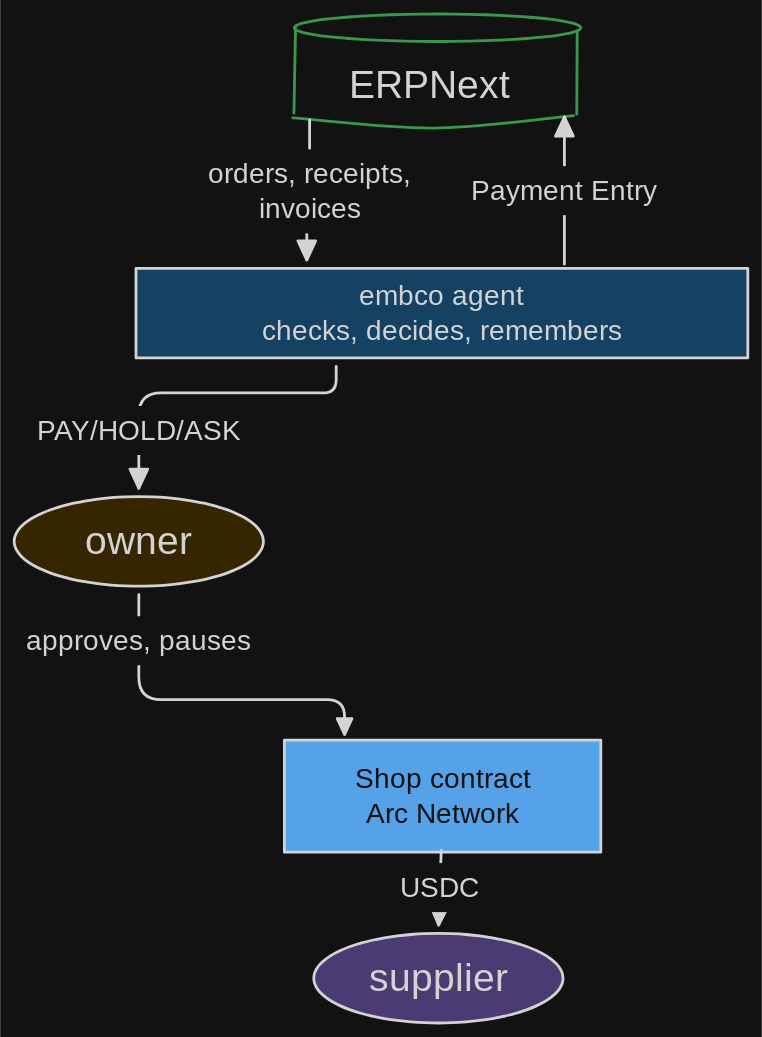
The Excalidraw diagram docs/assets/diagrams/at-a-glance-dark.svg in JaDi03/embco, before a commit. Source tidied: one line per element, renumbered; positions are measured from the earlier drawing's top-left corner, leaving out a move shared by most shapes. Source of this version:
```json
{"id": 0, "type": "ellipse", "strokeColor": "#2f9e44", "strokeWidth": 2, "roughness": 0, "round": true, "x": 200, "y": 0, "width": 205, "height": 20}
{"id": 1, "type": "line", "strokeColor": "#2f9e44", "strokeWidth": 2, "roughness": 0, "round": true, "x": 201, "y": 9, "width": 1, "height": 62, "points": [[0, 0], [-1, 62]]}
{"id": 2, "type": "line", "strokeColor": "#2f9e44", "strokeWidth": 2, "roughness": 0, "round": true, "x": 402, "y": 12, "width": 0, "height": 59, "points": [[0, 0], [0, 59]]}
{"id": 3, "type": "line", "strokeColor": "#2f9e44", "strokeWidth": 2, "roughness": 0, "round": true, "x": 199, "y": 74, "width": 201, "height": 9, "points": [[0, 0], [101, 7], [201, -2]]}
{"id": 4, "type": "rectangle", "strokeColor": "#1e1e1e", "backgroundColor": "#a5d8ff", "fillStyle": "solid", "strokeWidth": 2, "roughness": 0, "x": 87, "y": 182, "width": 437, "height": 64}
{"id": 5, "type": "text", "text": "embco agent\nchecks, decides, remembers", "strokeColor": "#1e1e1e", "strokeWidth": 2, "roughness": 1, "fontSize": 20, "fontFamily": 6, "textAlign": "center", "verticalAlign": "middle", "inside": 4, "x": 180, "y": 189, "width": 251, "height": 50}
{"id": 6, "type": "rectangle", "strokeColor": "#1e1e1e", "backgroundColor": "#1971c2", "fillStyle": "solid", "strokeWidth": 2, "roughness": 0, "x": 193, "y": 519, "width": 226, "height": 80}
{"id": 7, "type": "text", "text": "Shop contract\nArc Network", "strokeColor": "#ffffff", "strokeWidth": 2, "roughness": 1, "fontSize": 20, "fontFamily": 6, "textAlign": "center", "verticalAlign": "middle", "inside": 6, "x": 243, "y": 534, "width": 125, "height": 50}
{"id": 8, "type": "text", "text": "ERPNext", "strokeColor": "#1e1e1e", "strokeWidth": 2, "roughness": 0, "fontSize": 28, "fontFamily": 6, "textAlign": "center", "x": 240, "y": 33, "width": 114, "height": 35}
{"id": 9, "type": "arrow", "strokeColor": "#1e1e1e", "strokeWidth": 2, "roughness": 0, "endArrowhead": "triangle", "x": 211, "y": 76, "width": 2, "height": 100, "points": [[0, 0], [0, 54], [-2, 54], [-2, 100]]}
{"id": 10, "type": "text", "text": "orders, receipts,\ninvoices", "strokeColor": "#1e1e1e", "strokeWidth": 2, "roughness": 1, "fontSize": 20, "fontFamily": 6, "textAlign": "center", "verticalAlign": "middle", "inside": 9, "x": 140, "y": 102, "width": 143, "height": 50}
{"id": 11, "type": "arrow", "strokeColor": "#1e1e1e", "strokeWidth": 2, "roughness": 0, "endArrowhead": "triangle", "x": 393, "y": 179, "width": 0, "height": 105, "points": [[0, 0], [0, -105]]}
{"id": 12, "type": "text", "text": "Payment Entry", "strokeColor": "#1e1e1e", "strokeWidth": 2, "roughness": 1, "fontSize": 20, "fontFamily": 6, "textAlign": "center", "verticalAlign": "middle", "inside": 11, "x": 326, "y": 114, "width": 133, "height": 25}
{"id": 13, "type": "ellipse", "strokeColor": "#1e1e1e", "backgroundColor": "#ffec99", "fillStyle": "solid", "strokeWidth": 2, "roughness": 0, "x": 0, "y": 345, "width": 178, "height": 64}
{"id": 14, "type": "text", "text": "owner", "strokeColor": "#1e1e1e", "strokeWidth": 2, "roughness": 1, "fontSize": 28, "fontFamily": 6, "textAlign": "center", "verticalAlign": "middle", "inside": 13, "x": 49, "y": 359, "width": 80, "height": 35}
{"id": 15, "type": "ellipse", "strokeColor": "#1e1e1e", "backgroundColor": "#d0bfff", "fillStyle": "solid", "strokeWidth": 2, "roughness": 0, "x": 214, "y": 657, "width": 178, "height": 64}
{"id": 16, "type": "text", "text": "supplier", "strokeColor": "#1e1e1e", "strokeWidth": 2, "roughness": 1, "fontSize": 28, "fontFamily": 6, "textAlign": "center", "verticalAlign": "middle", "inside": 15, "x": 252, "y": 671, "width": 102, "height": 35}
{"id": 17, "type": "arrow", "strokeColor": "#1e1e1e", "strokeWidth": 2, "roughness": 0, "endArrowhead": "triangle", "from": 4, "to": 13, "x": 230, "y": 252, "width": 141, "height": 87, "points": [[0, 0], [0, 19], [-141, 19], [-141, 87]]}
{"id": 18, "type": "text", "text": "PAY/HOLD/ASK", "strokeColor": "#1e1e1e", "strokeWidth": 2, "roughness": 1, "fontSize": 20, "fontFamily": 6, "textAlign": "center", "verticalAlign": "middle", "inside": 17, "x": 17, "y": 285, "width": 143, "height": 25}
{"id": 19, "type": "arrow", "strokeColor": "#1e1e1e", "strokeWidth": 2, "roughness": 0, "endArrowhead": "triangle", "from": 13, "to": 6, "x": 89, "y": 415, "width": 147, "height": 100, "points": [[0, 0], [0, 75], [147, 75], [147, 100]]}
{"id": 20, "type": "text", "text": "approves, pauses", "strokeColor": "#1e1e1e", "strokeWidth": 2, "roughness": 1, "fontSize": 20, "fontFamily": 6, "textAlign": "center", "verticalAlign": "middle", "inside": 19, "x": 11, "y": 435, "width": 156, "height": 25}
{"id": 21, "type": "arrow", "strokeColor": "#1e1e1e", "strokeWidth": 2, "roughness": 0, "endArrowhead": "triangle", "from": 6, "to": 15, "x": 305, "y": 597, "width": 2, "height": 53, "points": [[0, 0], [-2, 53]]}
{"id": 22, "type": "text", "text": "USDC", "strokeColor": "#1e1e1e", "strokeWidth": 2, "roughness": 1, "fontSize": 20, "fontFamily": 6, "textAlign": "center", "verticalAlign": "middle", "inside": 21, "x": 276, "y": 611, "width": 55, "height": 25}
```
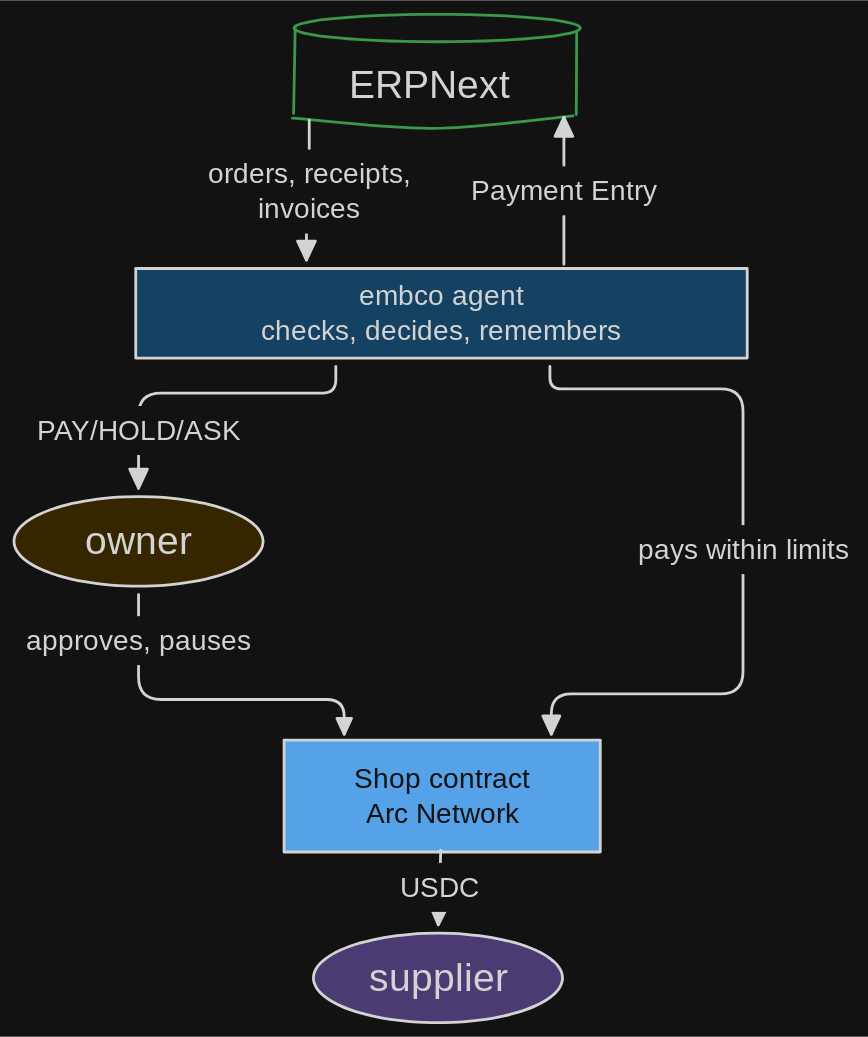
After the commit.

The edit, as a diff of the source:
```diff
@@ -19,5 +19,7 @@
 {"id": 18, "type": "text", "text": "PAY/HOLD/ASK", "strokeColor": "#1e1e1e", "strokeWidth": 2, "roughness": 1, "fontSize": 20, "fontFamily": 6, "textAlign": "center", "verticalAlign": "middle", "inside": 17, "x": 17, "y": 285, "width": 143, "height": 25}
 {"id": 19, "type": "arrow", "strokeColor": "#1e1e1e", "strokeWidth": 2, "roughness": 0, "endArrowhead": "triangle", "from": 13, "to": 6, "x": 89, "y": 415, "width": 147, "height": 100, "points": [[0, 0], [0, 75], [147, 75], [147, 100]]}
 {"id": 20, "type": "text", "text": "approves, pauses", "strokeColor": "#1e1e1e", "strokeWidth": 2, "roughness": 1, "fontSize": 20, "fontFamily": 6, "textAlign": "center", "verticalAlign": "middle", "inside": 19, "x": 11, "y": 435, "width": 156, "height": 25}
+{"id": 23, "type": "arrow", "strokeColor": "#1e1e1e", "strokeWidth": 2, "roughness": 0, "endArrowhead": "triangle", "from": 4, "to": 6, "x": 383, "y": 252, "width": 138, "height": 263, "points": [[0, 0], [0, 16], [138, 16], [138, 234], [1, 234], [1, 263]]}
+{"id": 24, "type": "text", "text": "pays within limits", "strokeColor": "#1e1e1e", "strokeWidth": 2, "roughness": 1, "fontSize": 20, "fontFamily": 6, "textAlign": "center", "verticalAlign": "middle", "inside": 23, "x": 442, "y": 370, "width": 159, "height": 25}
 {"id": 21, "type": "arrow", "strokeColor": "#1e1e1e", "strokeWidth": 2, "roughness": 0, "endArrowhead": "triangle", "from": 6, "to": 15, "x": 305, "y": 597, "width": 2, "height": 53, "points": [[0, 0], [-2, 53]]}
 {"id": 22, "type": "text", "text": "USDC", "strokeColor": "#1e1e1e", "strokeWidth": 2, "roughness": 1, "fontSize": 20, "fontFamily": 6, "textAlign": "center", "verticalAlign": "middle", "inside": 21, "x": 276, "y": 611, "width": 55, "height": 25}
```
